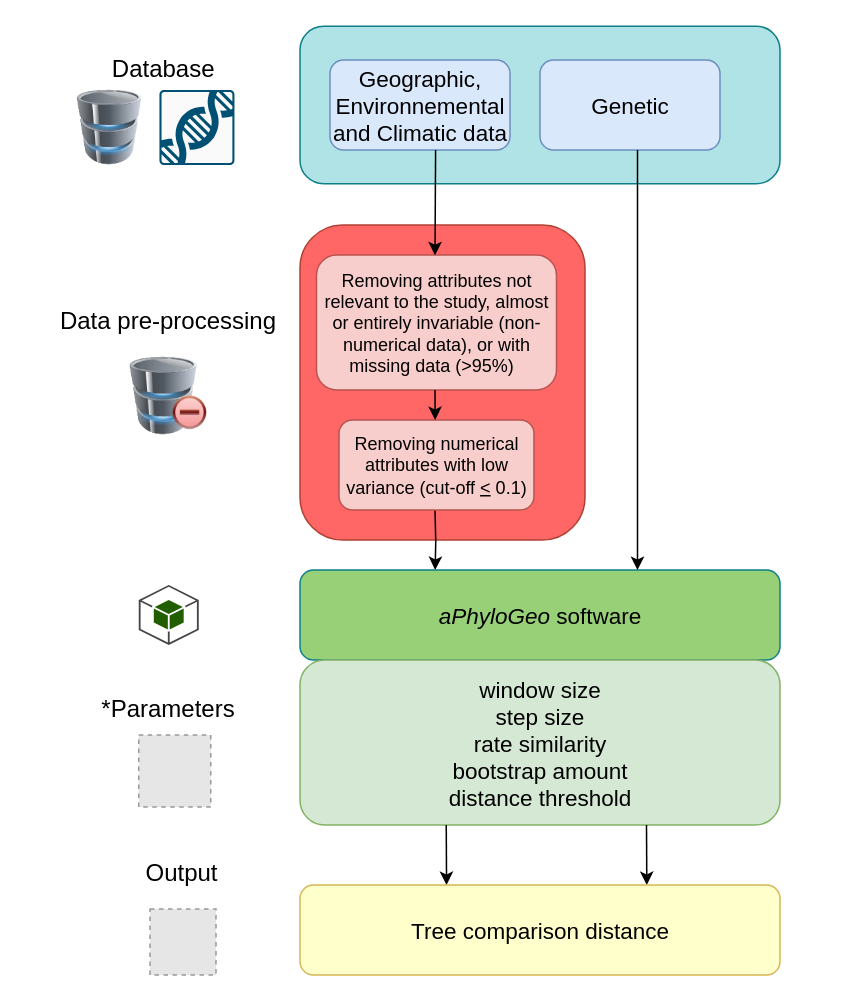
Above: papers/Gagnon_Kebe_Tahiri/diagram.drawio in scipy-conference/scipy_proceedings (draw.io), before the change. Source tidied: cells renumbered, new cells numbered last; positions are measured from the earlier drawing's top-left corner, leaving out a move shared by most shapes. Both pictures are drawn from the tidied source at 150%, with x=0, y=0 at pixel (56, 26). Pictures stored in the file or linked from it are replaced by grey dashed boxes.
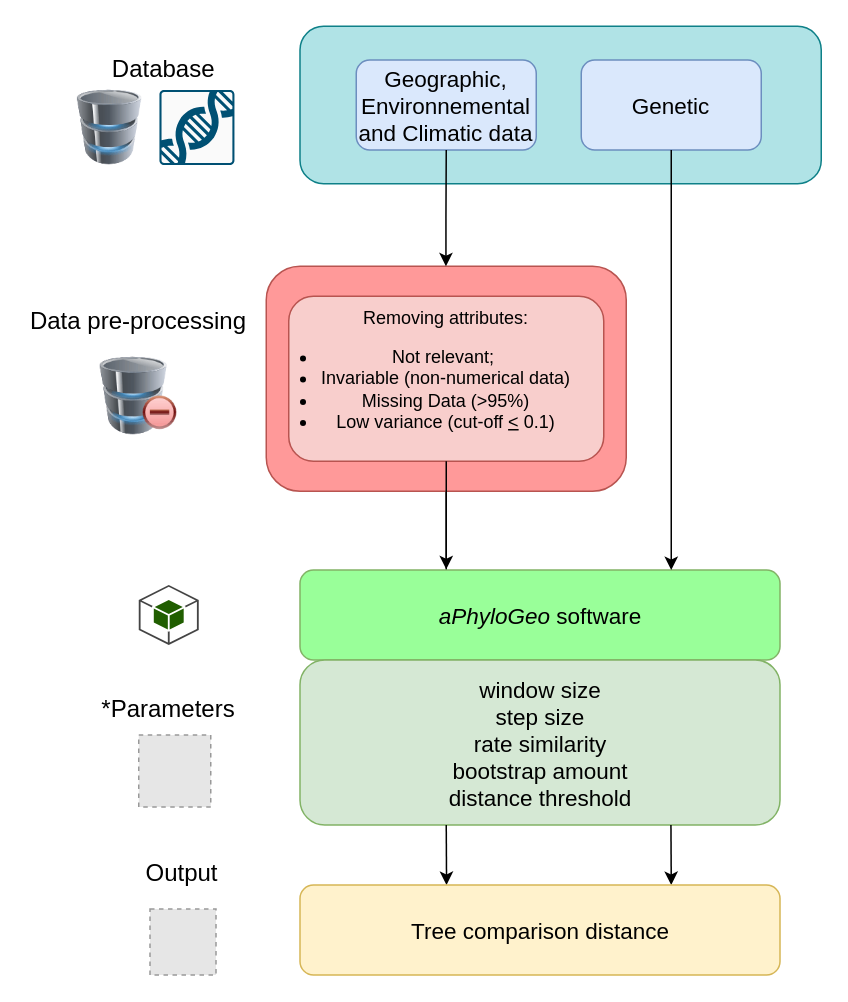
The same diagram, later.

Commit message:
Mettre à jour diagram.drawio

The change refers to these unchanged cells:
```xml
<mxCell id="13" value="&lt;div style=&quot;margin-top: 0px; margin-bottom: 0px; padding-left: 0px; padding-right: 0px;&quot;&gt;&lt;span style=&quot;background-color: initial; font-size: 15px;&quot;&gt;window size&lt;br&gt;&lt;/span&gt;&lt;span style=&quot;background-color: initial; font-size: 15px;&quot;&gt;step size&lt;br&gt;&lt;/span&gt;&lt;span style=&quot;background-color: initial; font-size: 15px;&quot;&gt;rate similarity&lt;/span&gt;&lt;br style=&quot;font-size: 16px;&quot;&gt;&lt;span style=&quot;background-color: initial; font-size: 15px;&quot;&gt;bootstrap amount&lt;/span&gt;&lt;br style=&quot;font-size: 16px;&quot;&gt;&lt;span style=&quot;background-color: initial; font-size: 15px;&quot;&gt;distance threshold&lt;/span&gt;&lt;br&gt;&lt;/div&gt;" style="rounded=1;whiteSpace=wrap;html=1;align=center;fillColor=#d5e8d4;strokeColor=#82b366;" parent="1" vertex="1">
  <mxGeometry x="162.5" y="422.5" width="320" height="110" as="geometry" />
</mxCell>
```

The edit, as a diff of the source:
```diff
@@
-    <mxCell id="2" style="rounded=1;whiteSpace=wrap;html=1;fillColor=#FF6666;strokeColor=#ae4132;" parent="1" vertex="1">
-      <mxGeometry x="162.5" y="132.5" width="190" height="210" as="geometry" />
-    </mxCell>
-    <mxCell id="3" style="rounded=1;whiteSpace=wrap;html=1;fillColor=#b0e3e6;strokeColor=#0e8088;" parent="1" vertex="1">
-      <mxGeometry x="162.5" width="320" height="105" as="geometry" />
-    </mxCell>
+    <mxCell id="27" style="edgeStyle=orthogonalEdgeStyle;rounded=0;jettySize=auto;html=1;fontFamily=Helvetica;fontSize=12;fontColor=default;" parent="1" edge="1" source="28" target="13">
+      <mxGeometry relative="1" as="geometry" />
+    </mxCell>
+    <mxCell id="28" style="rounded=1;whiteSpace=wrap;html=1;fillColor=#FF9999;strokeColor=#b85450;arcSize=15;" parent="1" vertex="1">
+      <mxGeometry x="140" y="160" width="240" height="150" as="geometry" />
+    </mxCell>
+    <mxCell id="29" style="rounded=1;whiteSpace=wrap;html=1;fillColor=#b0e3e6;strokeColor=#0e8088;" parent="1" vertex="1">
+      <mxGeometry x="162.5" width="347.5" height="105" as="geometry" />
+    </mxCell>
     <mxCell id="4" value="&lt;font style=&quot;font-size: 15px;&quot;&gt;Geographic, Environnemental and Climatic data&lt;/font&gt;" style="rounded=1;whiteSpace=wrap;html=1;fillColor=#dae8fc;strokeColor=#6c8ebf;" parent="1" vertex="1">
-      <mxGeometry x="182.5" y="22.5" width="120" height="60" as="geometry" />
+      <mxGeometry x="200" y="22.5" width="120" height="60" as="geometry" />
     </mxCell>
     <mxCell id="5" value="&lt;font style=&quot;font-size: 15px;&quot;&gt;Genetic&lt;/font&gt;" style="rounded=1;whiteSpace=wrap;html=1;fillColor=#dae8fc;strokeColor=#6c8ebf;" parent="1" vertex="1">
-      <mxGeometry x="322.5" y="22.5" width="120" height="60" as="geometry" />
+      <mxGeometry x="350" y="22.5" width="120" height="60" as="geometry" />
     </mxCell>
-    <mxCell id="6" value="Removing attributes not relevant to the study, almost or entirely invariable (non-numerical data), or with missing data (&amp;gt;95%)&amp;nbsp;&amp;nbsp;" style="rounded=1;whiteSpace=wrap;html=1;fillColor=#f8cecc;strokeColor=#b85450;" parent="1" vertex="1">
-      <mxGeometry x="173.5" y="152.5" width="160" height="90" as="geometry" />
-    </mxCell>
-    <mxCell id="7" style="edgeStyle=orthogonalEdgeStyle;rounded=0;orthogonalLoop=1;jettySize=auto;html=1;entryX=0.5;entryY=0;entryDx=0;entryDy=0;" parent="1" edge="1">
-      <mxGeometry relative="1" as="geometry">
-        <mxPoint x="252.5" y="322.5" as="sourcePoint" />
-        <mxPoint x="252.6" y="362.5" as="targetPoint" />
-      </mxGeometry>
-    </mxCell>
-    <mxCell id="8" value="&lt;div style=&quot;&quot;&gt;&lt;span style=&quot;background-color: initial;&quot;&gt;Removing numerical attributes with low variance (cut-off &lt;u&gt;&amp;lt;&lt;/u&gt; 0.1)&lt;/span&gt;&lt;/div&gt;" style="rounded=1;whiteSpace=wrap;html=1;fillColor=#f8cecc;strokeColor=#b85450;align=center;" parent="1" vertex="1">
-      <mxGeometry x="188.5" y="262.5" width="130" height="60" as="geometry" />
-    </mxCell>
-    <mxCell id="9" style="endArrow=classic;html=1;rounded=0;entryX=0.5;entryY=0;entryDx=0;entryDy=0;exitX=0.67;exitY=0.997;exitDx=0;exitDy=0;exitPerimeter=0;" parent="1" edge="1">
-      <mxGeometry relative="1" as="geometry">
-        <mxPoint x="252.9" y="82.5" as="sourcePoint" />
-        <mxPoint x="252.5" y="152.7" as="targetPoint" />
-      </mxGeometry>
-    </mxCell>
-    <mxCell id="10" style="endArrow=classic;html=1;rounded=0;exitX=0.5;exitY=1;exitDx=0;exitDy=0;" parent="1" edge="1">
-      <mxGeometry relative="1" as="geometry">
-        <mxPoint x="252.5" y="242.5" as="sourcePoint" />
-        <mxPoint x="252.6" y="262.5" as="targetPoint" />
-      </mxGeometry>
-    </mxCell>
+    <mxCell id="30" value="&lt;div style=&quot;&quot;&gt;&lt;span style=&quot;background-color: initial;&quot;&gt;Removing attributes:&lt;/span&gt;&lt;/div&gt;&lt;div&gt;&lt;ul style=&quot;margin-left: 0px; margin-top: 12px; padding-left: 0px;&quot;&gt;&lt;li style=&quot;&quot;&gt;Not relevant;&amp;nbsp;&lt;/li&gt;&lt;li&gt;Invariable (non-numerical data)&lt;/li&gt;&lt;li&gt;Missing Data (&amp;gt;95%)&lt;/li&gt;&lt;li&gt;Low variance (cut-off &lt;u&gt;&amp;lt;&lt;/u&gt; 0.1)&lt;/li&gt;&lt;/ul&gt;&lt;/div&gt;" style="rounded=1;whiteSpace=wrap;html=1;fillColor=#f8cecc;strokeColor=#b85450;align=center;" parent="1" vertex="1">
+      <mxGeometry x="155" y="180" width="210" height="110" as="geometry" />
+    </mxCell>
-    <mxCell id="11" value="&lt;font style=&quot;font-size: 15px;&quot;&gt;&lt;i&gt;aPhyloGeo&lt;/i&gt; software&lt;/font&gt;" style="rounded=1;whiteSpace=wrap;html=1;fillColor=#97D077;strokeColor=#0e8088;" parent="1" vertex="1">
+    <mxCell id="11" value="&lt;font style=&quot;font-size: 15px;&quot;&gt;&lt;i&gt;aPhyloGeo&lt;/i&gt; software&lt;/font&gt;" style="rounded=1;whiteSpace=wrap;html=1;fillColor=#99FF99;strokeColor=#82b366;" parent="1" vertex="1">
       <mxGeometry x="162.5" y="362.5" width="320" height="60" as="geometry" />
     </mxCell>
-    <mxCell id="12" style="endArrow=classic;html=1;rounded=0;entryX=0.75;entryY=0;entryDx=0;entryDy=0;exitX=0.625;exitY=1;exitDx=0;exitDy=0;exitPerimeter=0;" parent="1" edge="1">
-      <mxGeometry relative="1" as="geometry">
-        <mxPoint x="387.5" y="82.5" as="sourcePoint" />
-        <mxPoint x="387.5" y="362.5" as="targetPoint" />
-      </mxGeometry>
-    </mxCell>
+    <mxCell id="31" style="endArrow=classic;html=1;rounded=0;entryX=0.75;entryY=0;entryDx=0;entryDy=0;exitX=0.625;exitY=1;exitDx=0;exitDy=0;exitPerimeter=0;" parent="1" edge="1">
+      <mxGeometry relative="1" as="geometry">
+        <mxPoint x="410" y="82.5" as="sourcePoint" />
+        <mxPoint x="410" y="362.5" as="targetPoint" />
+      </mxGeometry>
+    </mxCell>
@@
-    <mxCell id="14" style="endArrow=classic;html=1;rounded=0;entryX=0.32;entryY=-0.031;entryDx=0;entryDy=0;entryPerimeter=0;exitX=0.5;exitY=1;exitDx=0;exitDy=0;" parent="1" edge="1">
-      <mxGeometry relative="1" as="geometry">
-        <mxPoint x="260" y="532.5" as="sourcePoint" />
-        <mxPoint x="260.2" y="572.5" as="targetPoint" />
-      </mxGeometry>
-    </mxCell>
-    <mxCell id="15" style="endArrow=classic;html=1;rounded=0;entryX=0.32;entryY=-0.031;entryDx=0;entryDy=0;entryPerimeter=0;exitX=0.5;exitY=1;exitDx=0;exitDy=0;" parent="1" edge="1">
-      <mxGeometry relative="1" as="geometry">
-        <mxPoint x="393.5" y="532.5" as="sourcePoint" />
-        <mxPoint x="393.7" y="572.5" as="targetPoint" />
-      </mxGeometry>
-    </mxCell>
+    <mxCell id="32" style="endArrow=classic;html=1;rounded=0;entryX=0.32;entryY=-0.031;entryDx=0;entryDy=0;entryPerimeter=0;exitX=0.5;exitY=1;exitDx=0;exitDy=0;" parent="1" edge="1">
+      <mxGeometry relative="1" as="geometry">
+        <mxPoint x="260" y="532.5" as="sourcePoint" />
+        <mxPoint x="260.2" y="572.5" as="targetPoint" />
+      </mxGeometry>
+    </mxCell>
+    <mxCell id="33" style="endArrow=classic;html=1;rounded=0;entryX=0.32;entryY=-0.031;entryDx=0;entryDy=0;entryPerimeter=0;exitX=0.5;exitY=1;exitDx=0;exitDy=0;" parent="1" edge="1">
+      <mxGeometry relative="1" as="geometry">
+        <mxPoint x="409.8" y="532.5" as="sourcePoint" />
+        <mxPoint x="410" y="572.5" as="targetPoint" />
+      </mxGeometry>
+    </mxCell>
-    <mxCell id="16" value="&lt;font style=&quot;font-size: 15px;&quot;&gt;Tree comparison distance&lt;/font&gt;" style="rounded=1;whiteSpace=wrap;html=1;fillColor=#FFFFCC;strokeColor=#d6b656;" parent="1" vertex="1">
+    <mxCell id="16" value="&lt;font style=&quot;font-size: 15px;&quot;&gt;Tree comparison distance&lt;/font&gt;" style="rounded=1;whiteSpace=wrap;html=1;fillColor=#fff2cc;strokeColor=#d6b656;" parent="1" vertex="1">
       <mxGeometry x="162.5" y="572.5" width="320" height="60" as="geometry" />
     </mxCell>
@@
     <mxCell id="18" value="Data pre-processing" style="text;html=1;align=center;verticalAlign=middle;whiteSpace=wrap;rounded=0;fontSize=16;" parent="1" vertex="1">
-      <mxGeometry y="170.5" width="150" height="50" as="geometry" />
+      <mxGeometry x="-20" y="170.5" width="150" height="50" as="geometry" />
     </mxCell>
@@
-    <mxCell id="21" style="image;html=1;image=img/lib/clip_art/computers/Database_Minus_128x128.png;" parent="1" vertex="1">
-      <mxGeometry x="45.8" y="220.5" width="58.5" height="52" as="geometry" />
-    </mxCell>
+    <mxCell id="34" style="image;html=1;image=img/lib/clip_art/computers/Database_Minus_128x128.png;" parent="1" vertex="1">
+      <mxGeometry x="25.8" y="220.5" width="58.5" height="52" as="geometry" />
+    </mxCell>
@@
+    <mxCell id="35" style="endArrow=classic;html=1;rounded=0;exitX=0.5;exitY=1;exitDx=0;exitDy=0;" parent="1" edge="1" source="30">
+      <mxGeometry relative="1" as="geometry">
+        <mxPoint x="260" y="362" as="targetPoint" />
+        <Array as="points">
+          <mxPoint x="260" y="330" />
+        </Array>
+      </mxGeometry>
+    </mxCell>
+    <mxCell id="36" style="endArrow=classic;html=1;rounded=0;exitX=0.5;exitY=1;exitDx=0;exitDy=0;" parent="1" edge="1" source="4">
+      <mxGeometry relative="1" as="geometry">
+        <mxPoint x="259.8" y="160" as="targetPoint" />
+        <Array as="points">
+          <mxPoint x="259.8" y="128" />
+        </Array>
+      </mxGeometry>
+    </mxCell>
```
